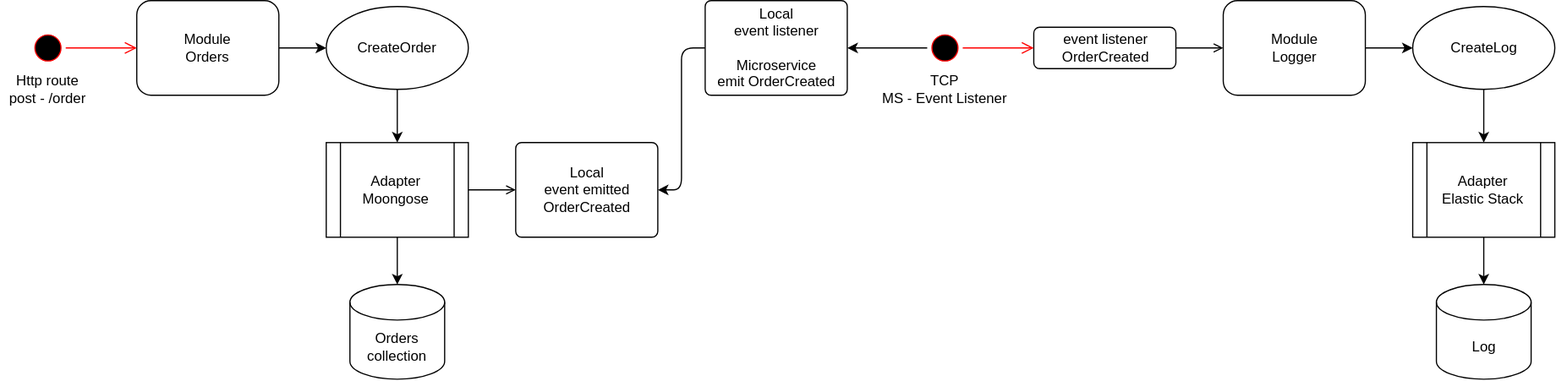
jovicon/nestjs-clean-architecture-event-driven-template keeps this draw.io diagram as diagrams/architecture.drawio.svg. Above is the earlier version. Source tidied: cells renumbered, new cells last; positions are measured from the earlier drawing's top-left corner, leaving out a move shared by most shapes.
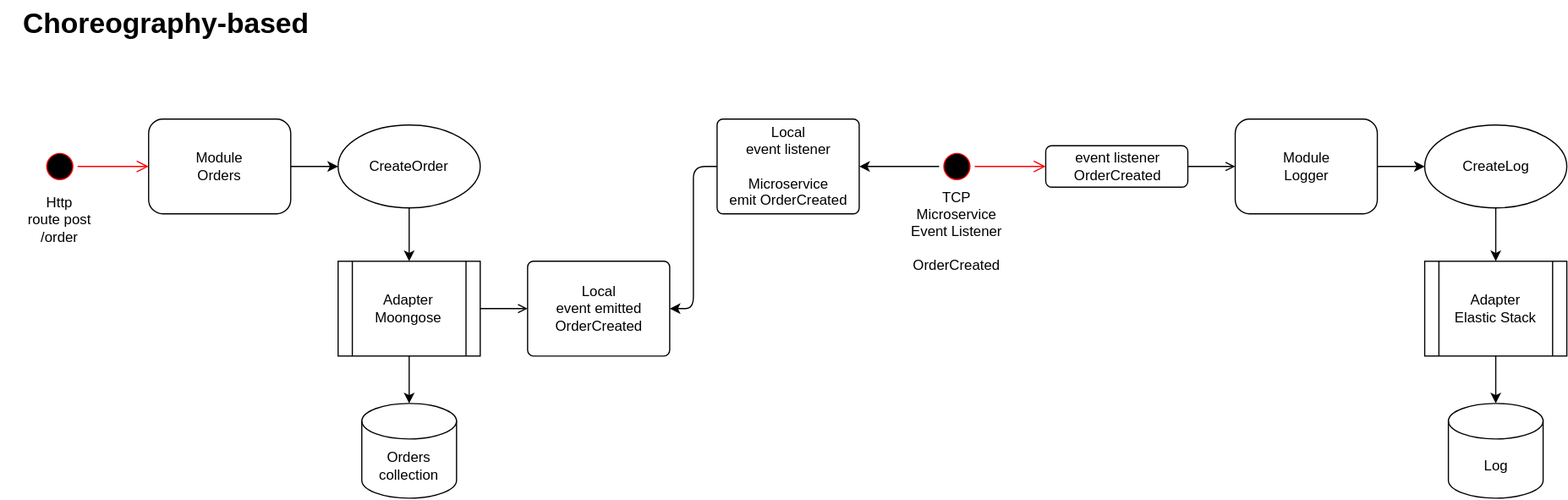
Later version of the same file.

Commit message:
added: dto ready && updated: TODO & diagram

Diff of the diagram source:
```diff
@@ -51,8 +51,8 @@
     <mxCell id="16" style="edgeStyle=orthogonalEdgeStyle;html=1;verticalAlign=bottom;endArrow=open;endSize=8;strokeColor=#ff0000;entryX=0;entryY=0.5;entryDx=0;entryDy=0;" parent="1" edge="1" source="15" target="3">
       <mxGeometry relative="1" as="geometry" />
     </mxCell>
-    <mxCell id="17" value="Http route&lt;br&gt;post - /order" style="text;html=1;strokeColor=none;fillColor=none;align=center;verticalAlign=middle;whiteSpace=wrap;rounded=0;" parent="1" vertex="1">
-      <mxGeometry y="60" width="80" height="30" as="geometry" />
+    <mxCell id="17" value="Http &lt;br&gt;route post /order" style="text;html=1;strokeColor=none;fillColor=none;align=center;verticalAlign=middle;whiteSpace=wrap;rounded=0;" parent="1" vertex="1">
+      <mxGeometry y="60" width="80" height="50" as="geometry" />
     </mxCell>
     <mxCell id="18" style="edgeStyle=none;html=1;entryX=0.5;entryY=0;entryDx=0;entryDy=0;" parent="1" edge="1" source="19" target="21">
       <mxGeometry relative="1" as="geometry" />
@@ -91,8 +91,11 @@
         <mxPoint x="872.5" y="40" as="targetPoint" />
       </mxGeometry>
     </mxCell>
-    <mxCell id="28" value="TCP&lt;br&gt;MS - Event Listener" style="text;html=1;strokeColor=none;fillColor=none;align=center;verticalAlign=middle;whiteSpace=wrap;rounded=0;" parent="1" vertex="1">
-      <mxGeometry x="735" y="60" width="125" height="30" as="geometry" />
+    <mxCell id="28" value="TCP&lt;br&gt;Microservice&lt;br&gt;Event Listener &lt;br&gt;&lt;span style=&quot;&quot;&gt;&lt;br&gt;OrderCreated&lt;/span&gt;" style="text;html=1;strokeColor=none;fillColor=none;align=center;verticalAlign=middle;whiteSpace=wrap;rounded=0;" parent="1" vertex="1">
+      <mxGeometry x="735" y="60" width="125" height="70" as="geometry" />
     </mxCell>
+    <mxCell id="29" value="&lt;span style=&quot;font-size: 24px;&quot;&gt;&lt;b&gt;Choreography-based&lt;/b&gt;&lt;/span&gt;" style="text;html=1;strokeColor=none;fillColor=none;align=center;verticalAlign=middle;whiteSpace=wrap;rounded=0;" parent="1" vertex="1">
+      <mxGeometry x="-10" y="-100" width="280" height="40" as="geometry" />
+    </mxCell>
   </root>
 </mxGraphModel>
```
